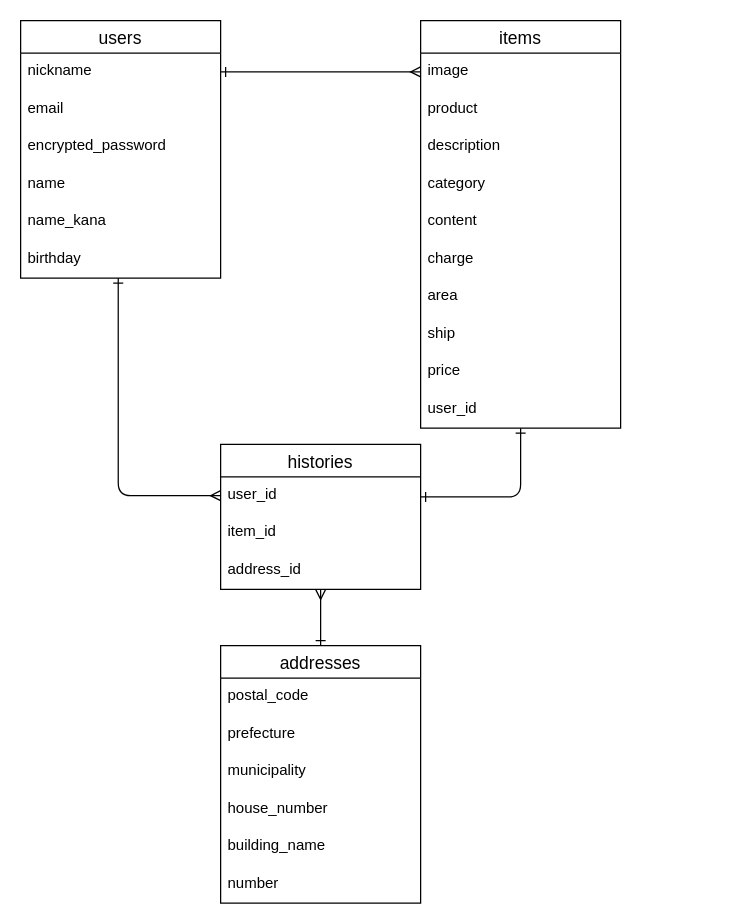
HSKINK/furima-36187 keeps this draw.io diagram as designdb.dio. Above is the earlier version. Source tidied: cells renumbered, new cells numbered last; positions are measured from the earlier drawing's top-left corner, leaving out a move shared by most shapes. Both pictures are drawn from the tidied source at 125%, with x=0, y=0 at pixel (20, 20).
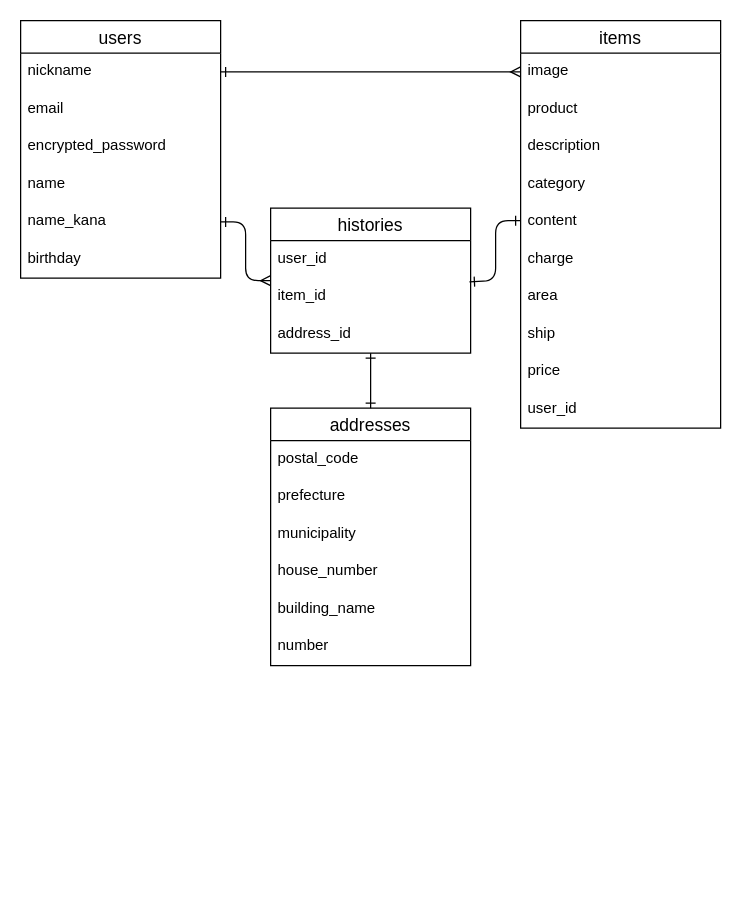
After the change.

Commit message (it also covers changes not shown here):
データベース設計　設計情報　修正１

Unchanged cells that the change refers to:
```xml
<mxCell id="7" value="name_kana" style="text;strokeColor=none;fillColor=none;spacingLeft=4;spacingRight=4;overflow=hidden;points=[[0,0.5],[1,0.5]];portConstraint=eastwest;fontSize=12;" parent="2" vertex="1">
  <mxGeometry y="146" width="160" height="30" as="geometry" />
</mxCell>
<mxCell id="8" value="birthday" style="text;strokeColor=none;fillColor=none;spacingLeft=4;spacingRight=4;overflow=hidden;points=[[0,0.5],[1,0.5]];portConstraint=eastwest;fontSize=12;" parent="2" vertex="1">
  <mxGeometry y="176" width="160" height="30" as="geometry" />
</mxCell>
<mxCell id="26" value="user_id" style="text;strokeColor=none;fillColor=none;spacingLeft=4;spacingRight=4;overflow=hidden;points=[[0,0.5],[1,0.5]];portConstraint=eastwest;fontSize=12;" parent="16" vertex="1">
  <mxGeometry y="296" width="160" height="30" as="geometry" />
</mxCell>
<mxCell id="29" value="user_id" style="text;strokeColor=none;fillColor=none;spacingLeft=4;spacingRight=4;overflow=hidden;points=[[0,0.5],[1,0.5]];portConstraint=eastwest;fontSize=12;" parent="28" vertex="1">
  <mxGeometry y="26" width="160" height="30" as="geometry" />
</mxCell>
<mxCell id="30" value="item_id" style="text;strokeColor=none;fillColor=none;spacingLeft=4;spacingRight=4;overflow=hidden;points=[[0,0.5],[1,0.5]];portConstraint=eastwest;fontSize=12;" parent="28" vertex="1">
  <mxGeometry y="56" width="160" height="30" as="geometry" />
</mxCell>
<mxCell id="31" value="address_id" style="text;strokeColor=none;fillColor=none;spacingLeft=4;spacingRight=4;overflow=hidden;points=[[0,0.5],[1,0.5]];portConstraint=eastwest;fontSize=12;" parent="28" vertex="1">
  <mxGeometry y="86" width="160" height="30" as="geometry" />
</mxCell>
```

Diff of the diagram source:
```diff
@@
     <mxCell id="9" value="addresses" style="swimlane;fontStyle=0;horizontal=1;startSize=26;align=center;fontSize=14;" parent="1" vertex="1">
-      <mxGeometry x="160" y="500" width="160" height="206" as="geometry" />
+      <mxGeometry x="200" y="310" width="160" height="206" as="geometry" />
     </mxCell>
@@
     <mxCell id="16" value="items" style="swimlane;fontStyle=0;horizontal=1;startSize=26;align=center;fontSize=14;" parent="1" vertex="1">
-      <mxGeometry x="320" width="160" height="326" as="geometry" />
+      <mxGeometry x="400" width="160" height="326" as="geometry" />
     </mxCell>
@@
     <mxCell id="28" value="histories" style="swimlane;fontStyle=0;horizontal=1;startSize=26;align=center;fontSize=14;" parent="1" vertex="1">
-      <mxGeometry x="160" y="339" width="160" height="116" as="geometry" />
+      <mxGeometry x="200" y="150" width="160" height="116" as="geometry" />
     </mxCell>
@@
-    <mxCell id="32" style="edgeStyle=orthogonalEdgeStyle;fontSize=12;html=1;endArrow=ERmany;endFill=0;startArrow=ERone;startFill=0;exitX=0.488;exitY=1;exitDx=0;exitDy=0;exitPerimeter=0;" parent="1" edge="1" source="8">
-      <mxGeometry relative="1" as="geometry">
-        <mxPoint x="160" y="380" as="targetPoint" />
-        <Array as="points">
-          <mxPoint x="78" y="380" />
-        </Array>
-      </mxGeometry>
+    <mxCell id="32" style="edgeStyle=orthogonalEdgeStyle;fontSize=12;html=1;endArrow=ERmany;endFill=0;startArrow=ERone;startFill=0;exitX=1;exitY=0.5;exitDx=0;exitDy=0;" parent="1" edge="1" source="7" target="28">
+      <mxGeometry relative="1" as="geometry" />
     </mxCell>
-    <mxCell id="33" style="edgeStyle=orthogonalEdgeStyle;fontSize=12;html=1;endArrow=ERone;endFill=0;startArrow=ERone;startFill=0;" parent="1" edge="1" source="26" target="29">
+    <mxCell id="33" style="edgeStyle=orthogonalEdgeStyle;fontSize=12;html=1;endArrow=ERone;endFill=0;startArrow=ERone;startFill=0;entryX=0.994;entryY=0.1;entryDx=0;entryDy=0;entryPerimeter=0;" parent="1" edge="1" target="30">
       <mxGeometry relative="1" as="geometry">
+        <mxPoint x="400" y="160" as="sourcePoint" />
         <Array as="points">
-          <mxPoint x="400" y="381" />
+          <mxPoint x="380" y="160" />
+          <mxPoint x="380" y="208" />
         </Array>
       </mxGeometry>
     </mxCell>
-    <mxCell id="34" style="edgeStyle=orthogonalEdgeStyle;fontSize=12;html=1;endArrow=ERone;endFill=0;startArrow=ERmany;startFill=0;entryX=0.5;entryY=0;entryDx=0;entryDy=0;" parent="1" edge="1" source="31" target="9">
+    <mxCell id="34" style="edgeStyle=orthogonalEdgeStyle;fontSize=12;html=1;endArrow=ERone;endFill=0;startArrow=ERone;startFill=0;entryX=0.5;entryY=0;entryDx=0;entryDy=0;exitX=0.5;exitY=1;exitDx=0;exitDy=0;exitPerimeter=0;" parent="1" edge="1" source="31" target="9">
       <mxGeometry relative="1" as="geometry">
         <Array as="points">
-          <mxPoint x="240" y="480" />
-          <mxPoint x="240" y="480" />
+          <mxPoint x="280" y="290" />
+          <mxPoint x="280" y="290" />
         </Array>
       </mxGeometry>
     </mxCell>
```
